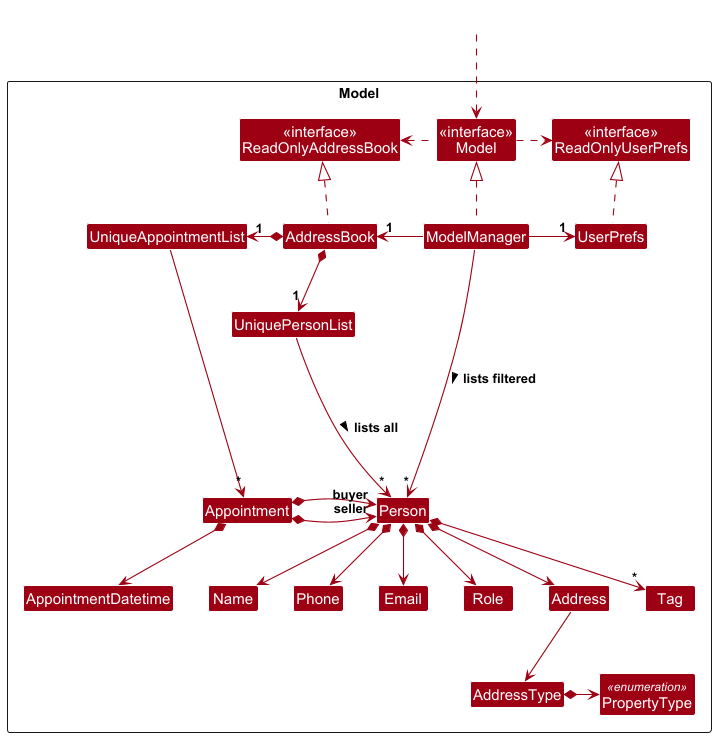
Before: docs/images/ModelClassDiagram.png, a diagram exported from PlantUML (ngjsjordan/tp).
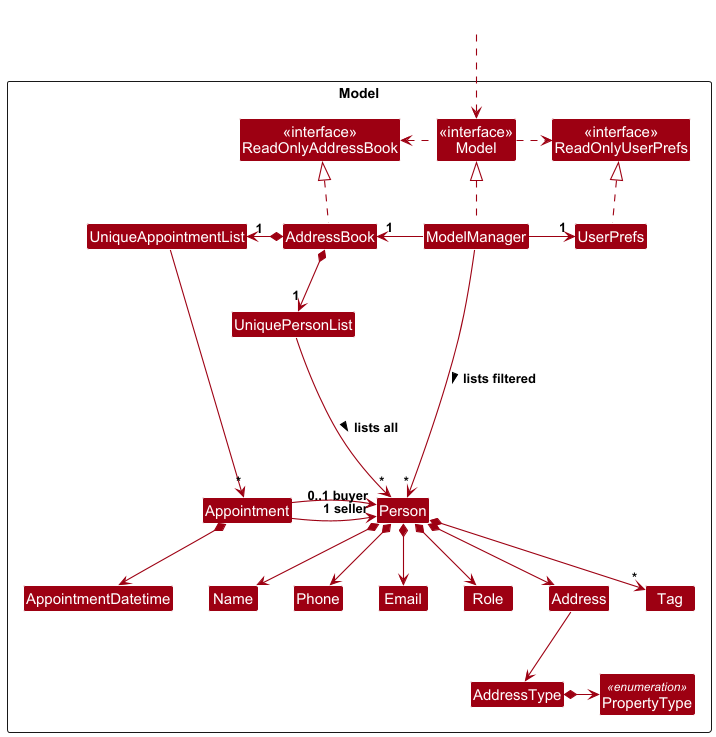
Later version of the same file.

Commit message:
Update model diagram

What changed in the source:
```diff
@@ -46,8 +46,8 @@
 AddressBook *-left-> "1" UniqueAppointmentList
 UniqueAppointmentList --> "*" Appointment
 Appointment *--> AppointmentDatetime
-Appointment *-right-> "seller" Person
-Appointment *--> "buyer" Person
+Appointment -right-> "1 seller" Person
+Appointment --> "0..1 buyer" Person
 
 AddressBook *-down-> "1" UniquePersonList
 UniquePersonList --> "~*" Person : lists all >
```
